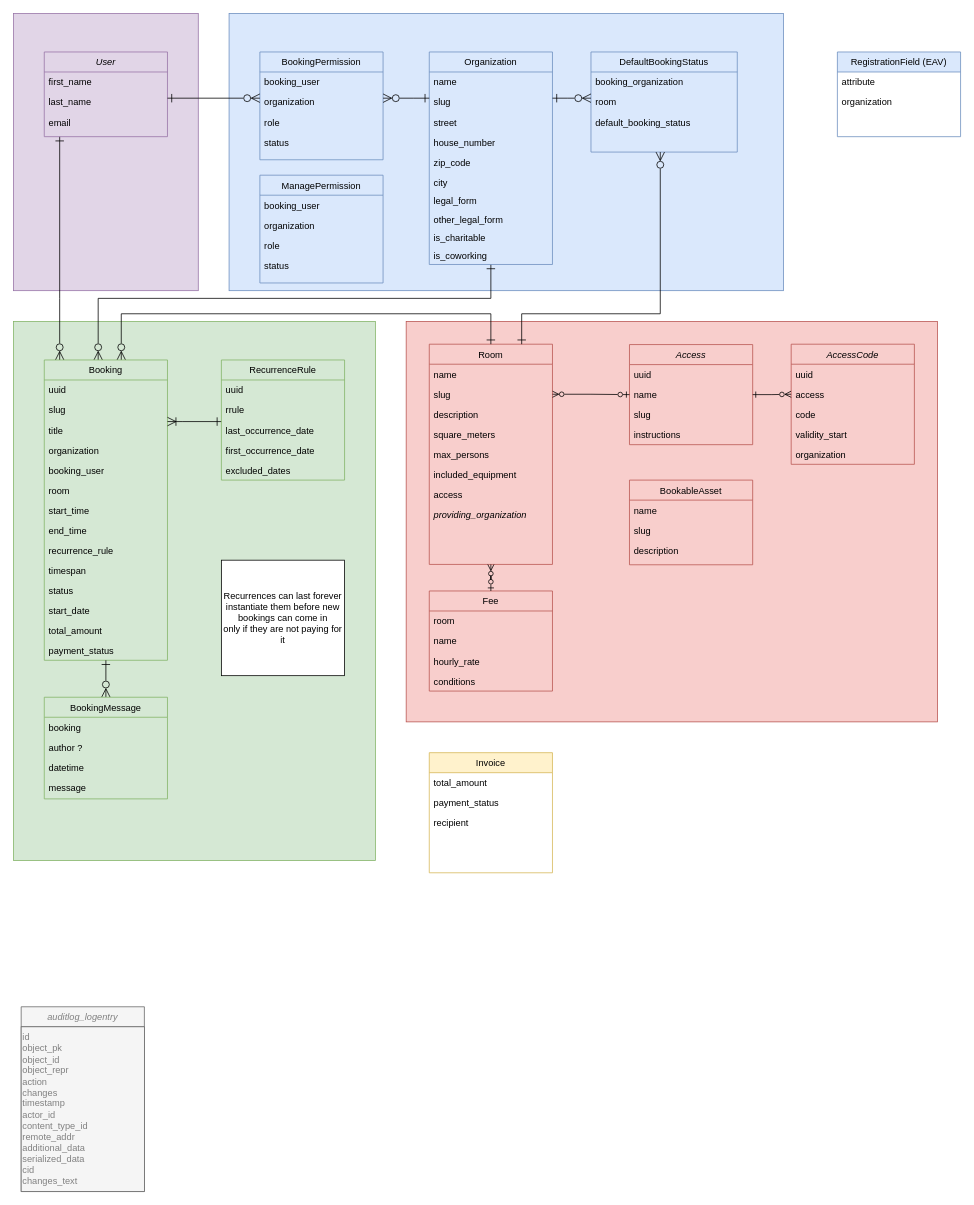
Earlier version of the draw.io diagram docs/modelling/erd-v1.2.1.drawio (Haus-des-Engagements/re-sharing). Source tidied: cells renumbered, new cells numbered last; positions are measured from the earlier drawing's top-left corner, leaving out a move shared by most shapes. Both pictures are drawn from the tidied source at 77%, with x=0, y=0 at pixel (13, 13).
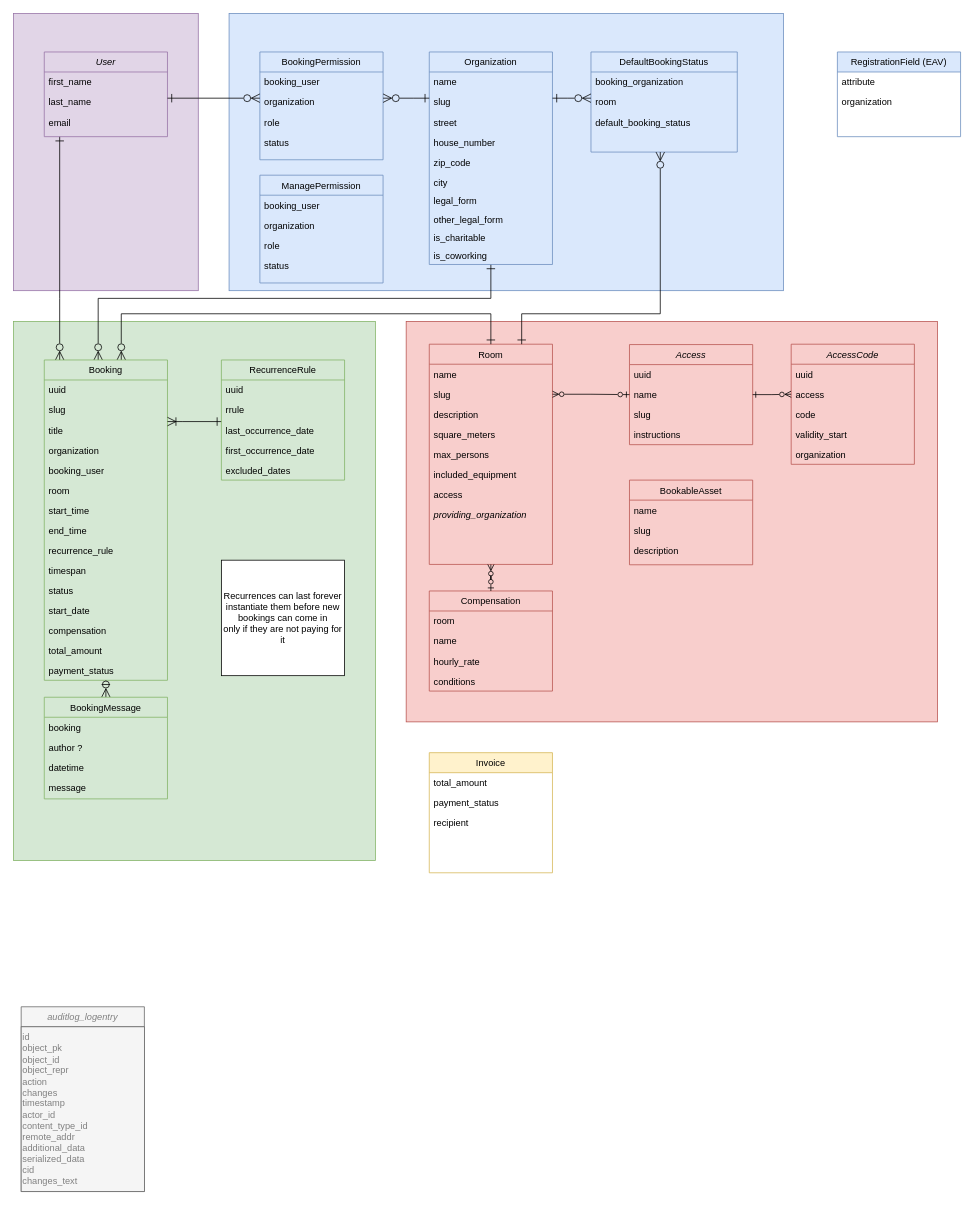
After the change.

What changed in the source:
```diff
@@
     <mxCell id="35" value="Booking" style="swimlane;fontStyle=0;align=center;verticalAlign=top;horizontal=1;startSize=26;rounded=0;shadow=0;strokeWidth=1;fillColor=#d5e8d4;strokeColor=#82b366;" parent="1" vertex="1">
-      <mxGeometry x="40" y="450" width="160" height="390" as="geometry" />
+      <mxGeometry x="40" y="450" width="160" height="416" as="geometry" />
     </mxCell>
@@
+    <mxCell id="112" value="compensation" style="text;align=left;verticalAlign=top;spacingLeft=4;spacingRight=4;overflow=hidden;rounded=0;shadow=0;html=0;" parent="35" vertex="1">
+      <mxGeometry y="338" width="160" height="26" as="geometry" />
+    </mxCell>
     <mxCell id="48" value="total_amount" style="text;align=left;verticalAlign=top;spacingLeft=4;spacingRight=4;overflow=hidden;rounded=0;shadow=0;html=0;" parent="35" vertex="1">
-      <mxGeometry y="338" width="160" height="26" as="geometry" />
+      <mxGeometry y="364" width="160" height="26" as="geometry" />
     </mxCell>
     <mxCell id="49" value="payment_status" style="text;align=left;verticalAlign=top;spacingLeft=4;spacingRight=4;overflow=hidden;rounded=0;shadow=0;html=0;" parent="35" vertex="1">
-      <mxGeometry y="364" width="160" height="26" as="geometry" />
+      <mxGeometry y="390" width="160" height="26" as="geometry" />
     </mxCell>
@@
-    <mxCell id="70" value="Fee" style="swimlane;fontStyle=0;align=center;verticalAlign=top;horizontal=1;startSize=26;rounded=0;shadow=0;strokeWidth=1;fillColor=#f8cecc;strokeColor=#b85450;" parent="1" vertex="1">
+    <mxCell id="70" value="Compensation" style="swimlane;fontStyle=0;align=center;verticalAlign=top;horizontal=1;startSize=26;rounded=0;shadow=0;strokeWidth=1;fillColor=#f8cecc;strokeColor=#b85450;" parent="1" vertex="1">
       <mxGeometry x="540" y="750" width="160" height="130" as="geometry" />
     </mxCell>
```
